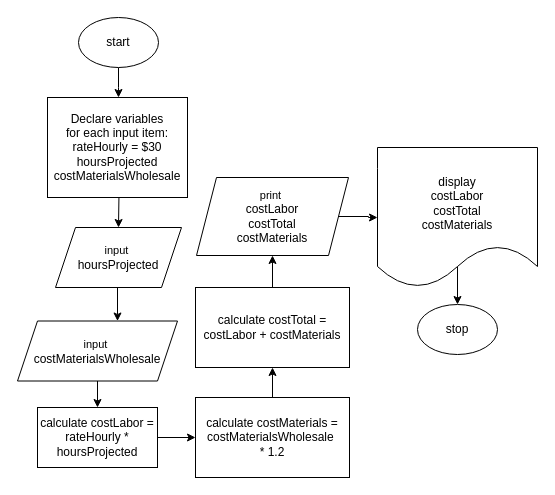
Above: page "M2 A2-2" (5 of 5) of SDEV120.drawio in alo77/SDEV120 (draw.io), before the change. Source tidied: cells renumbered, new cells numbered last; positions are measured from the earlier drawing's top-left corner, leaving out a move shared by most shapes. Both pictures are drawn from the tidied source at 100%, with x=0, y=0 at pixel (17, 17).
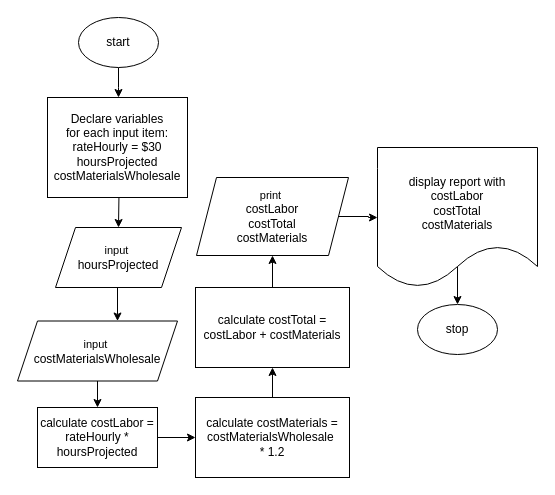
Above is the later version.

Change to the diagram source:
```diff
@@
-    <mxCell id="13" value="&lt;div&gt;&lt;br&gt;&lt;/div&gt;&lt;div&gt;display&lt;/div&gt;&lt;div&gt;&lt;div&gt;costLabor&lt;br&gt;&lt;/div&gt;&lt;div&gt;costTotal&lt;br&gt;&lt;/div&gt;&lt;div&gt;costMaterials&lt;/div&gt;&lt;/div&gt;" style="shape=document;whiteSpace=wrap;html=1;boundedLbl=1;" parent="1" vertex="1">
+    <mxCell id="13" value="&lt;div&gt;&lt;br&gt;&lt;/div&gt;&lt;div&gt;display report with&lt;br&gt;&lt;/div&gt;&lt;div&gt;&lt;div&gt;costLabor&lt;br&gt;&lt;/div&gt;&lt;div&gt;costTotal&lt;br&gt;&lt;/div&gt;&lt;div&gt;costMaterials&lt;/div&gt;&lt;/div&gt;" style="shape=document;whiteSpace=wrap;html=1;boundedLbl=1;" parent="1" vertex="1">
       <mxGeometry x="360" y="130" width="160" height="140" as="geometry" />
     </mxCell>
```
